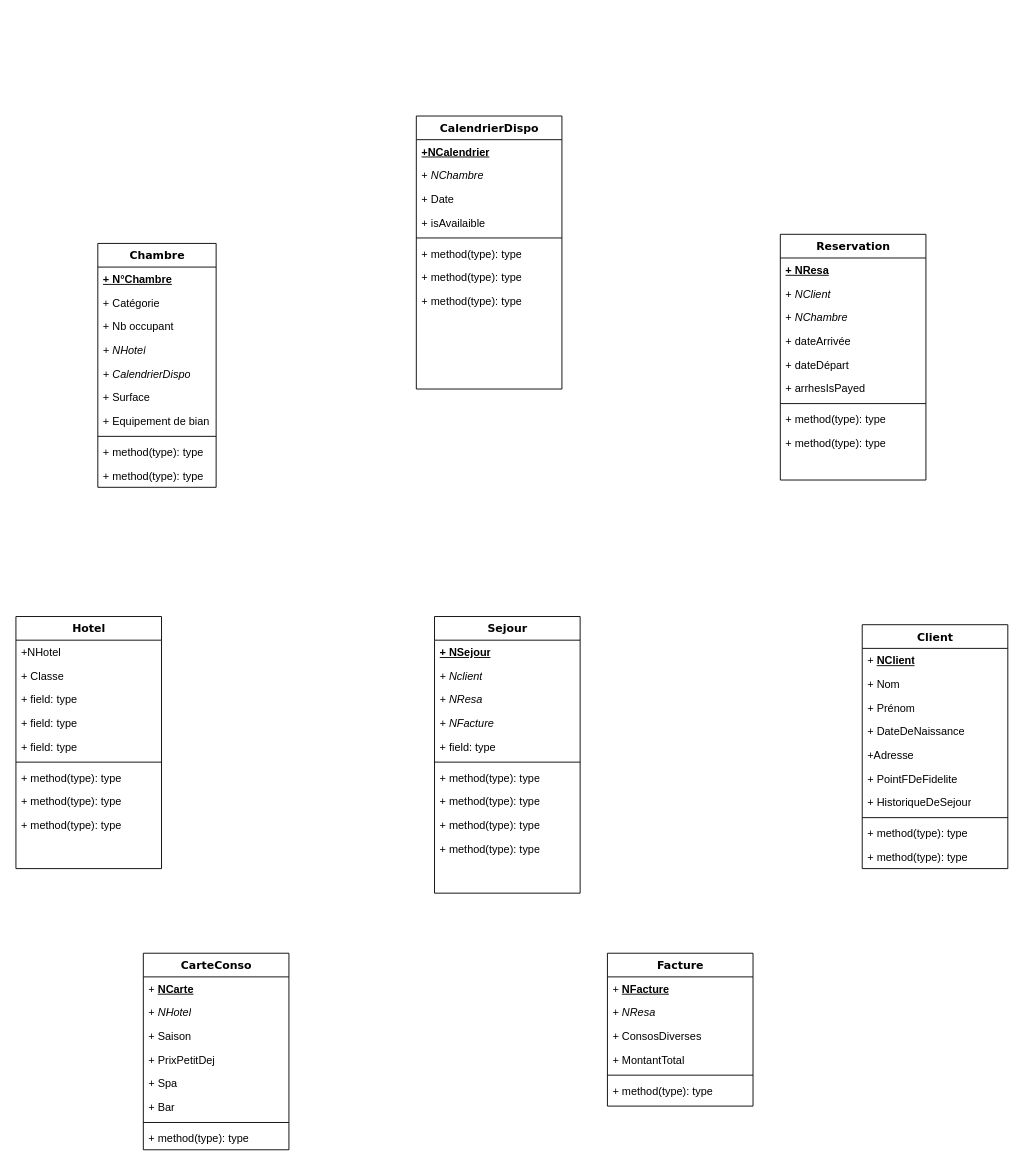
This is Untitled Diagram.drawio from Adrien-bot/Biostat-BDD, a draw.io file, before an edit. Source tidied: cells renumbered, new cells numbered last; positions are measured from the earlier drawing's top-left corner, leaving out a move shared by most shapes. Both pictures are drawn from the tidied source at 91%, with x=0, y=0 at pixel (15, 116).
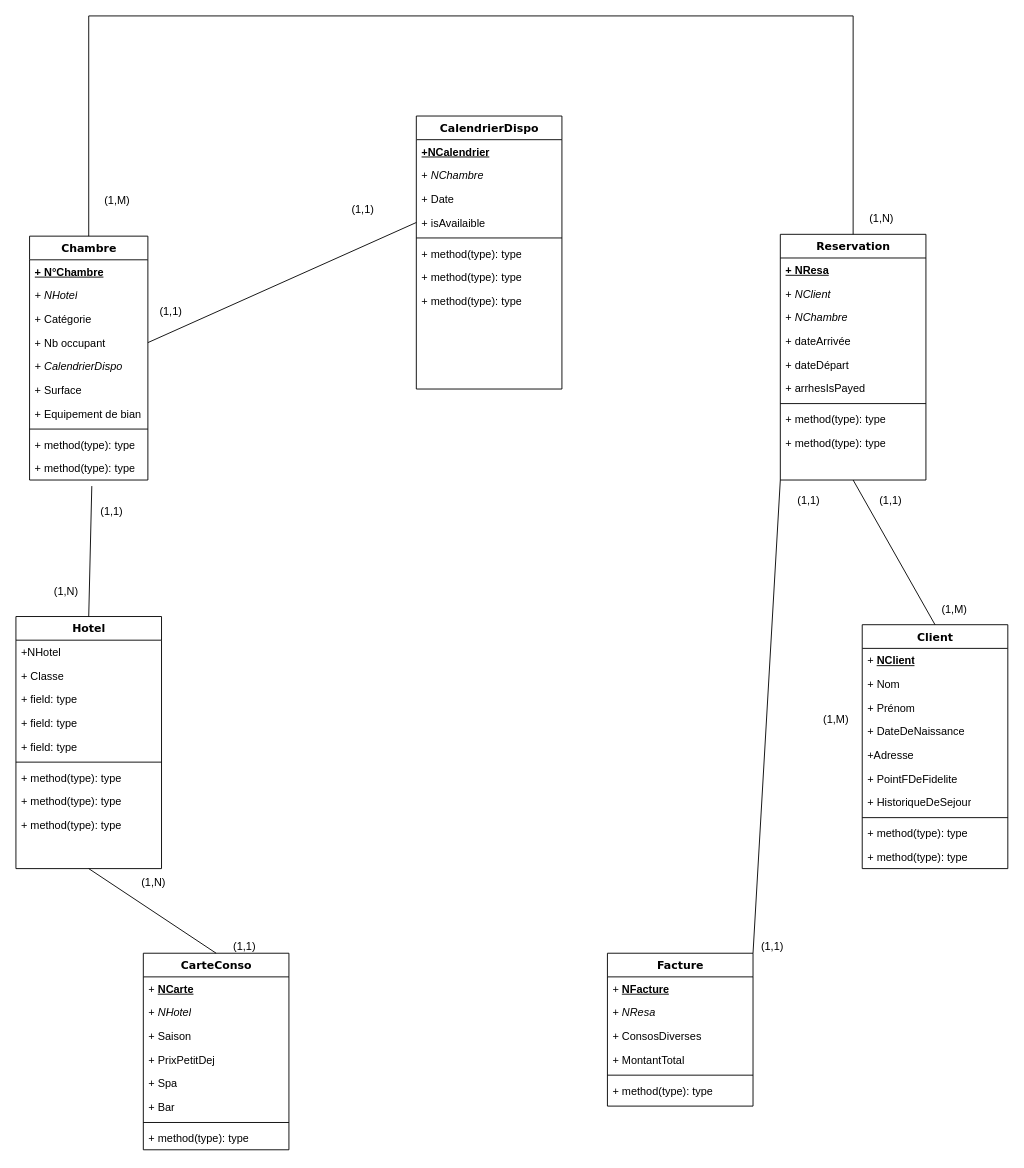
After the change.

Unchanged cells that the change refers to:
```xml
<mxCell id="8" value="&lt;i&gt;+ CalendrierDispo&lt;/i&gt;" style="text;html=1;strokeColor=none;fillColor=none;align=left;verticalAlign=top;spacingLeft=4;spacingRight=4;whiteSpace=wrap;overflow=hidden;points=[[0,0.5],[1,0.5]];portConstraint=eastwest;" parent="3" vertex="1">
  <mxGeometry y="130" width="130" height="26" as="geometry" />
</mxCell>
<mxCell id="13" value="+ method(type): type" style="text;html=1;strokeColor=none;fillColor=none;align=left;verticalAlign=top;spacingLeft=4;spacingRight=4;whiteSpace=wrap;overflow=hidden;points=[[0,0.5],[1,0.5]];portConstraint=eastwest;" parent="3" vertex="1">
  <mxGeometry y="242" width="130" height="26" as="geometry" />
</mxCell>
<mxCell id="14" value="Hotel" style="swimlane;html=1;fontStyle=1;align=center;verticalAlign=top;horizontal=1;startSize=26;swimlaneFillColor=#ffffff;rounded=0;shadow=0;comic=0;labelBackgroundColor=none;strokeWidth=1;fillColor=none;fontFamily=Verdana;fontSize=12;" parent="1" vertex="1">
  <mxGeometry y="550" width="160" height="277" as="geometry" />
</mxCell>
<mxCell id="19" value="+ field: type" style="text;html=1;strokeColor=none;fillColor=none;align=left;verticalAlign=top;spacingLeft=4;spacingRight=4;whiteSpace=wrap;overflow=hidden;points=[[0,0.5],[1,0.5]];portConstraint=eastwest;" parent="14" vertex="1">
  <mxGeometry y="130" width="160" height="26" as="geometry" />
</mxCell>
<mxCell id="24" value="Client" style="swimlane;html=1;fontStyle=1;align=center;verticalAlign=top;horizontal=1;startSize=26;swimlaneFillColor=#ffffff;rounded=0;shadow=0;comic=0;labelBackgroundColor=none;strokeWidth=1;fillColor=none;fontFamily=Verdana;fontSize=12;" parent="1" vertex="1">
  <mxGeometry x="930" y="559" width="160" height="268" as="geometry" />
</mxCell>
<mxCell id="39" value="+ isAvailaible" style="text;html=1;strokeColor=none;fillColor=none;align=left;verticalAlign=top;spacingLeft=4;spacingRight=4;whiteSpace=wrap;overflow=hidden;points=[[0,0.5],[1,0.5]];portConstraint=eastwest;" parent="35" vertex="1">
  <mxGeometry y="104" width="160" height="26" as="geometry" />
</mxCell>
<mxCell id="55" value="Reservation" style="swimlane;html=1;fontStyle=1;align=center;verticalAlign=top;horizontal=1;startSize=26;swimlaneFillColor=#ffffff;rounded=0;shadow=0;comic=0;labelBackgroundColor=none;strokeWidth=1;fillColor=none;fontFamily=Verdana;fontSize=12;" parent="1" vertex="1">
  <mxGeometry x="840" y="130" width="160" height="270" as="geometry" />
</mxCell>
<mxCell id="65" value="Facture" style="swimlane;html=1;fontStyle=1;align=center;verticalAlign=top;horizontal=1;startSize=26;swimlaneFillColor=#ffffff;rounded=0;shadow=0;comic=0;labelBackgroundColor=none;strokeWidth=1;fillColor=none;fontFamily=Verdana;fontSize=12;" parent="1" vertex="1">
  <mxGeometry x="650" y="920" width="160" height="168" as="geometry" />
</mxCell>
<mxCell id="72" value="CarteConso" style="swimlane;html=1;fontStyle=1;align=center;verticalAlign=top;horizontal=1;startSize=26;swimlaneFillColor=#ffffff;rounded=0;shadow=0;comic=0;labelBackgroundColor=none;strokeWidth=1;fillColor=none;fontFamily=Verdana;fontSize=12;" parent="1" vertex="1">
  <mxGeometry x="140" y="920" width="160" height="216" as="geometry" />
</mxCell>
```

Diff of the diagram source:
```diff
@@
-    <mxCell id="2" style="edgeStyle=orthogonalEdgeStyle;rounded=0;jettySize=auto;html=1;endArrow=classic;endFill=1;strokeColor=none;" parent="1" edge="1" source="8" target="19">
-      <mxGeometry relative="1" as="geometry" />
+    <mxCell id="2" style="edgeStyle=orthogonalEdgeStyle;rounded=0;jettySize=auto;html=1;endArrow=classic;endFill=1;strokeColor=none;" parent="1" edge="1" target="19">
+      <mxGeometry relative="1" as="geometry">
+        <mxPoint x="290" y="530" as="sourcePoint" />
+      </mxGeometry>
     </mxCell>
     <mxCell id="3" value="Chambre" style="swimlane;html=1;fontStyle=1;align=center;verticalAlign=top;horizontal=1;startSize=26;swimlaneFillColor=#ffffff;rounded=0;shadow=0;comic=0;labelBackgroundColor=none;strokeWidth=1;fillColor=none;fontFamily=Verdana;fontSize=12;" parent="1" vertex="1">
-      <mxGeometry x="90" y="140" width="130" height="268" as="geometry" />
+      <mxGeometry x="15" y="132" width="130" height="268" as="geometry" />
     </mxCell>
@@
+    <mxCell id="7" value="&lt;i&gt;+ NHotel&lt;/i&gt;" style="text;html=1;strokeColor=none;fillColor=none;align=left;verticalAlign=top;spacingLeft=4;spacingRight=4;whiteSpace=wrap;overflow=hidden;" parent="3" vertex="1">
+      <mxGeometry y="52" width="130" height="26" as="geometry" />
+    </mxCell>
     <mxCell id="5" value="+ Catégorie" style="text;html=1;strokeColor=none;fillColor=none;align=left;verticalAlign=top;spacingLeft=4;spacingRight=4;whiteSpace=wrap;overflow=hidden;" parent="3" vertex="1">
-      <mxGeometry y="52" width="130" height="26" as="geometry" />
+      <mxGeometry y="78" width="130" height="26" as="geometry" />
     </mxCell>
     <mxCell id="6" value="+ Nb occupant" style="text;html=1;strokeColor=none;fillColor=none;align=left;verticalAlign=top;spacingLeft=4;spacingRight=4;whiteSpace=wrap;overflow=hidden;points=[[0,0.5],[1,0.5]];portConstraint=eastwest;" parent="3" vertex="1">
-      <mxGeometry y="78" width="130" height="26" as="geometry" />
+      <mxGeometry y="104" width="130" height="26" as="geometry" />
     </mxCell>
-    <mxCell id="7" value="&lt;i&gt;+ NHotel&lt;/i&gt;" style="text;html=1;strokeColor=none;fillColor=none;align=left;verticalAlign=top;spacingLeft=4;spacingRight=4;whiteSpace=wrap;overflow=hidden;" parent="3" vertex="1">
-      <mxGeometry y="104" width="130" height="26" as="geometry" />
-    </mxCell>
@@
-    <mxCell id="44" value="Sejour" style="swimlane;html=1;fontStyle=1;align=center;verticalAlign=top;horizontal=1;startSize=26;swimlaneFillColor=#ffffff;rounded=0;shadow=0;comic=0;labelBackgroundColor=none;strokeWidth=1;fillColor=none;fontFamily=Verdana;fontSize=12;" parent="1" vertex="1">
-      <mxGeometry x="460" y="550" width="160" height="304" as="geometry" />
-    </mxCell>
-    <mxCell id="45" value="&lt;b&gt;&lt;u&gt;+ NSejour&lt;/u&gt;&lt;/b&gt;" style="text;html=1;strokeColor=none;fillColor=none;align=left;verticalAlign=top;spacingLeft=4;spacingRight=4;whiteSpace=wrap;overflow=hidden;" parent="44" vertex="1">
-      <mxGeometry y="26" width="160" height="26" as="geometry" />
-    </mxCell>
-    <mxCell id="46" value="&lt;i&gt;+ Nclient&lt;/i&gt;" style="text;html=1;strokeColor=none;fillColor=none;align=left;verticalAlign=top;spacingLeft=4;spacingRight=4;whiteSpace=wrap;overflow=hidden;" parent="44" vertex="1">
-      <mxGeometry y="52" width="160" height="26" as="geometry" />
-    </mxCell>
-    <mxCell id="47" value="&lt;i&gt;+ NResa&lt;/i&gt;" style="text;html=1;strokeColor=none;fillColor=none;align=left;verticalAlign=top;spacingLeft=4;spacingRight=4;whiteSpace=wrap;overflow=hidden;" parent="44" vertex="1">
-      <mxGeometry y="78" width="160" height="26" as="geometry" />
-    </mxCell>
-    <mxCell id="48" value="&lt;i&gt;+ NFacture&lt;/i&gt;" style="text;html=1;strokeColor=none;fillColor=none;align=left;verticalAlign=top;spacingLeft=4;spacingRight=4;whiteSpace=wrap;overflow=hidden;" parent="44" vertex="1">
-      <mxGeometry y="104" width="160" height="26" as="geometry" />
-    </mxCell>
-    <mxCell id="49" value="+ field: type" style="text;html=1;strokeColor=none;fillColor=none;align=left;verticalAlign=top;spacingLeft=4;spacingRight=4;whiteSpace=wrap;overflow=hidden;" parent="44" vertex="1">
-      <mxGeometry y="130" width="160" height="26" as="geometry" />
-    </mxCell>
-    <mxCell id="50" style="line;html=1;strokeWidth=1;fillColor=none;align=left;verticalAlign=middle;spacingTop=-1;spacingLeft=3;spacingRight=3;labelPosition=right;" parent="44" vertex="1">
-      <mxGeometry y="156" width="160" height="8" as="geometry" />
-    </mxCell>
-    <mxCell id="51" value="+ method(type): type" style="text;html=1;strokeColor=none;fillColor=none;align=left;verticalAlign=top;spacingLeft=4;spacingRight=4;whiteSpace=wrap;overflow=hidden;" parent="44" vertex="1">
-      <mxGeometry y="164" width="160" height="26" as="geometry" />
-    </mxCell>
-    <mxCell id="52" value="+ method(type): type" style="text;html=1;strokeColor=none;fillColor=none;align=left;verticalAlign=top;spacingLeft=4;spacingRight=4;whiteSpace=wrap;overflow=hidden;" parent="44" vertex="1">
-      <mxGeometry y="190" width="160" height="26" as="geometry" />
-    </mxCell>
-    <mxCell id="53" value="+ method(type): type" style="text;html=1;strokeColor=none;fillColor=none;align=left;verticalAlign=top;spacingLeft=4;spacingRight=4;whiteSpace=wrap;overflow=hidden;" parent="44" vertex="1">
-      <mxGeometry y="216" width="160" height="26" as="geometry" />
-    </mxCell>
-    <mxCell id="54" value="+ method(type): type" style="text;html=1;strokeColor=none;fillColor=none;align=left;verticalAlign=top;spacingLeft=4;spacingRight=4;whiteSpace=wrap;overflow=hidden;" parent="44" vertex="1">
-      <mxGeometry y="242" width="160" height="26" as="geometry" />
-    </mxCell>
@@
+    <mxCell id="81" style="endArrow=none;html=1;rounded=0;exitX=0.5;exitY=0;exitDx=0;exitDy=0;entryX=0.526;entryY=1.256;entryDx=0;entryDy=0;entryPerimeter=0;" parent="1" edge="1" source="14" target="13">
+      <mxGeometry relative="1" as="geometry" />
+    </mxCell>
+    <mxCell id="82" style="edgeStyle=orthogonalEdgeStyle;rounded=0;jettySize=auto;html=1;endArrow=classic;endFill=1;strokeColor=none;" parent="1" edge="1" source="8">
+      <mxGeometry relative="1" as="geometry">
+        <mxPoint x="290" y="450" as="targetPoint" />
+      </mxGeometry>
+    </mxCell>
+    <mxCell id="83" value="(1,1)" style="text;html=1;align=center;verticalAlign=middle;strokeColor=none;fillColor=none;" parent="1" vertex="1">
+      <mxGeometry x="80" y="420" width="50" height="30" as="geometry" />
+    </mxCell>
+    <mxCell id="84" value="(1,N)" style="text;html=1;align=center;verticalAlign=middle;strokeColor=none;fillColor=none;" parent="1" vertex="1">
+      <mxGeometry x="30" y="508" width="50" height="30" as="geometry" />
+    </mxCell>
+    <mxCell id="85" style="endArrow=none;html=1;rounded=0;exitX=1;exitY=0.5;exitDx=0;exitDy=0;entryX=0;entryY=0.5;entryDx=0;entryDy=0;" parent="1" edge="1" source="6" target="39">
+      <mxGeometry relative="1" as="geometry" />
+    </mxCell>
+    <mxCell id="86" value="(1,1)" style="text;html=1;align=center;verticalAlign=middle;strokeColor=none;fillColor=none;" parent="1" vertex="1">
+      <mxGeometry x="356" y="88" width="50" height="30" as="geometry" />
+    </mxCell>
+    <mxCell id="87" value="(1,1)" style="text;html=1;align=center;verticalAlign=middle;strokeColor=none;fillColor=none;" parent="1" vertex="1">
+      <mxGeometry x="145" y="200" width="50" height="30" as="geometry" />
+    </mxCell>
+    <mxCell id="88" style="endArrow=none;html=1;rounded=0;entryX=0.5;entryY=1;entryDx=0;entryDy=0;exitX=0.5;exitY=0;exitDx=0;exitDy=0;" parent="1" edge="1" source="24" target="55">
+      <mxGeometry relative="1" as="geometry" />
+    </mxCell>
+    <mxCell id="89" style="endArrow=none;html=1;rounded=0;exitX=0.5;exitY=0;exitDx=0;exitDy=0;entryX=0.5;entryY=0;entryDx=0;entryDy=0;" parent="1" edge="1" source="3" target="55">
+      <mxGeometry relative="1" as="geometry">
+        <Array as="points">
+          <mxPoint x="80" y="-110" />
+          <mxPoint x="920" y="-110" />
+        </Array>
+      </mxGeometry>
+    </mxCell>
+    <mxCell id="90" value="(1,M)" style="text;html=1;align=center;verticalAlign=middle;strokeColor=none;fillColor=none;" parent="1" vertex="1">
+      <mxGeometry x="86" y="78" width="50" height="30" as="geometry" />
+    </mxCell>
+    <mxCell id="91" value="(1,N)" style="text;html=1;align=center;verticalAlign=middle;strokeColor=none;fillColor=none;" parent="1" vertex="1">
+      <mxGeometry x="926" y="98" width="50" height="30" as="geometry" />
+    </mxCell>
+    <mxCell id="92" value="(1,1)" style="text;html=1;align=center;verticalAlign=middle;strokeColor=none;fillColor=none;" parent="1" vertex="1">
+      <mxGeometry x="936" y="408" width="50" height="30" as="geometry" />
+    </mxCell>
+    <mxCell id="93" value="(1,M)" style="text;html=1;align=center;verticalAlign=middle;strokeColor=none;fillColor=none;" parent="1" vertex="1">
+      <mxGeometry x="1006" y="528" width="50" height="30" as="geometry" />
+    </mxCell>
+    <mxCell id="94" value="(1,M)" style="text;html=1;align=center;verticalAlign=middle;strokeColor=none;fillColor=none;" parent="1" vertex="1">
+      <mxGeometry x="876" y="648" width="50" height="30" as="geometry" />
+    </mxCell>
+    <mxCell id="95" style="endArrow=none;html=1;rounded=0;exitX=1;exitY=0;exitDx=0;exitDy=0;entryX=0;entryY=1;entryDx=0;entryDy=0;" parent="1" edge="1" source="65" target="55">
+      <mxGeometry relative="1" as="geometry" />
+    </mxCell>
+    <mxCell id="96" value="(1,1)" style="text;html=1;align=center;verticalAlign=middle;strokeColor=none;fillColor=none;" parent="1" vertex="1">
+      <mxGeometry x="806" y="898" width="50" height="30" as="geometry" />
+    </mxCell>
+    <mxCell id="97" value="(1,1)" style="text;html=1;align=center;verticalAlign=middle;strokeColor=none;fillColor=none;" parent="1" vertex="1">
+      <mxGeometry x="846" y="408" width="50" height="30" as="geometry" />
+    </mxCell>
+    <mxCell id="98" style="endArrow=none;html=1;rounded=0;entryX=0.5;entryY=0;entryDx=0;entryDy=0;exitX=0.5;exitY=1;exitDx=0;exitDy=0;" parent="1" edge="1" source="14" target="72">
+      <mxGeometry relative="1" as="geometry" />
+    </mxCell>
+    <mxCell id="99" value="(1,N)" style="text;html=1;align=center;verticalAlign=middle;strokeColor=none;fillColor=none;" parent="1" vertex="1">
+      <mxGeometry x="126" y="828" width="50" height="30" as="geometry" />
+    </mxCell>
+    <mxCell id="100" value="(1,1)" style="text;html=1;align=center;verticalAlign=middle;strokeColor=none;fillColor=none;" parent="1" vertex="1">
+      <mxGeometry x="226" y="898" width="50" height="30" as="geometry" />
+    </mxCell>
```
